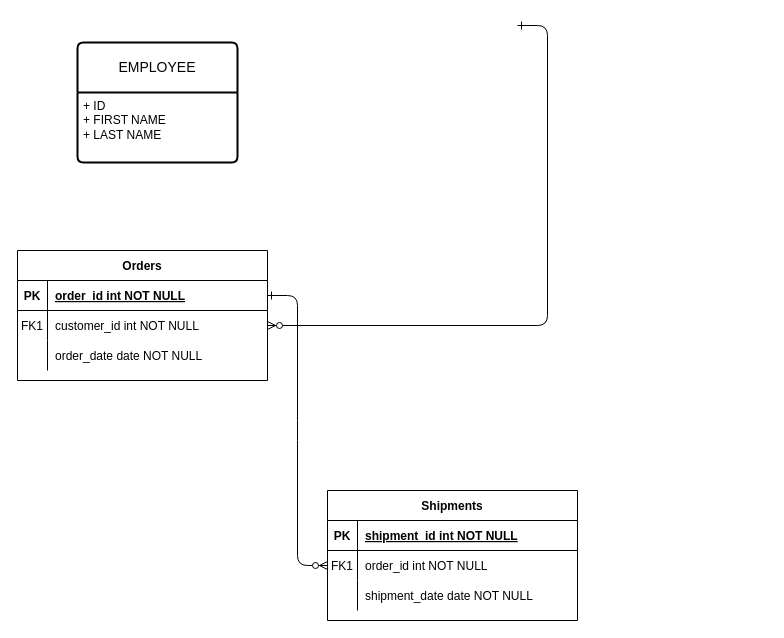
The draw.io diagram Walang Pamagat na Dayagram.drawio in zephyrstorm123/MO-IT107-Worksheet3-ERD, before the edit. Source tidied: cells renumbered, new cells numbered last; positions are measured from the earlier drawing's top-left corner, leaving out a move shared by most shapes. Both pictures are drawn from the tidied source at 100%, with x=0, y=0 at pixel (17, 25).
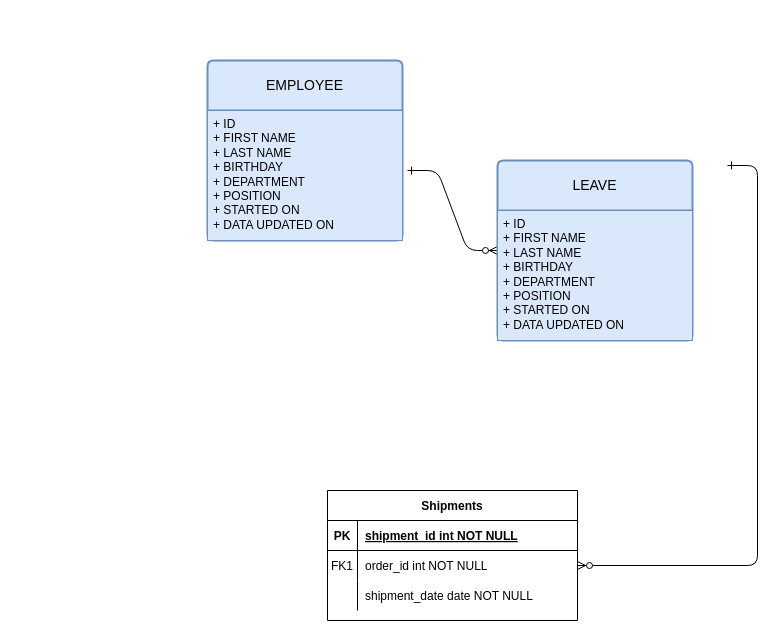
Above is the later version.

Unchanged cells that the change refers to:
```xml
<mxCell id="18" style="shape=partialRectangle;fillColor=none;points=[[0,0.5],[1,0.5]];portConstraint=eastwest;top=0;left=0;right=0;bottom=0;" parent="14" vertex="1">
  <mxGeometry y="60" width="250" height="30" as="geometry" />
</mxCell>
```

What changed in the source:
```diff
@@
-    <mxCell id="2" style="edgeStyle=entityRelationEdgeStyle;endArrow=ERzeroToMany;startArrow=ERone;endFill=1;startFill=0;" parent="1" edge="1" target="8">
+    <mxCell id="2" style="edgeStyle=entityRelationEdgeStyle;endArrow=ERzeroToMany;startArrow=ERone;endFill=1;startFill=0;entryX=0;entryY=0.5;entryDx=0;entryDy=0;" parent="1" edge="1" target="26">
       <mxGeometry relative="1" as="geometry">
-        <mxPoint x="500" as="sourcePoint" />
+        <mxPoint x="390" y="145" as="sourcePoint" />
       </mxGeometry>
     </mxCell>
-    <mxCell id="3" style="edgeStyle=entityRelationEdgeStyle;endArrow=ERzeroToMany;startArrow=ERone;endFill=1;startFill=0;" parent="1" edge="1" source="5" target="18">
-      <mxGeometry relative="1" as="geometry" />
+    <mxCell id="3" style="edgeStyle=entityRelationEdgeStyle;endArrow=ERzeroToMany;startArrow=ERone;endFill=1;startFill=0;" parent="1" edge="1" target="18">
+      <mxGeometry relative="1" as="geometry">
+        <mxPoint x="710" y="140" as="sourcePoint" />
+      </mxGeometry>
     </mxCell>
-    <mxCell id="4" value="Orders" style="shape=table;startSize=30;childLayout=tableLayout;rowLines=0;fontStyle=1;align=center;" parent="1" vertex="1">
-      <mxGeometry y="225" width="250" height="130" as="geometry" />
-    </mxCell>
-    <mxCell id="5" style="shape=partialRectangle;fillColor=none;points=[[0,0.5],[1,0.5]];portConstraint=eastwest;top=0;left=0;right=0;bottom=1;" parent="4" vertex="1">
-      <mxGeometry y="30" width="250" height="30" as="geometry" />
-    </mxCell>
-    <mxCell id="6" value="PK" style="shape=partialRectangle;overflow=hidden;fillColor=none;top=0;left=0;bottom=0;right=0;fontStyle=1;" parent="5" vertex="1">
-      <mxGeometry width="30" height="30" as="geometry" />
-    </mxCell>
-    <mxCell id="7" value="order_id int NOT NULL " style="shape=partialRectangle;overflow=hidden;fillColor=none;top=0;left=0;bottom=0;right=0;align=left;spacingLeft=6;fontStyle=5;" parent="5" vertex="1">
-      <mxGeometry x="30" width="220" height="30" as="geometry" />
-    </mxCell>
-    <mxCell id="8" style="shape=partialRectangle;fillColor=none;points=[[0,0.5],[1,0.5]];portConstraint=eastwest;top=0;left=0;right=0;bottom=0;" parent="4" vertex="1">
-      <mxGeometry y="60" width="250" height="30" as="geometry" />
-    </mxCell>
-    <mxCell id="9" value="FK1" style="shape=partialRectangle;overflow=hidden;fillColor=none;top=0;left=0;bottom=0;right=0;" parent="8" vertex="1">
-      <mxGeometry width="30" height="30" as="geometry" />
-    </mxCell>
-    <mxCell id="10" value="customer_id int NOT NULL" style="shape=partialRectangle;overflow=hidden;fillColor=none;top=0;left=0;bottom=0;right=0;align=left;spacingLeft=6;" parent="8" vertex="1">
-      <mxGeometry x="30" width="220" height="30" as="geometry" />
-    </mxCell>
-    <mxCell id="11" style="shape=partialRectangle;fillColor=none;top=0;left=0;right=0;bottom=0;" parent="4" vertex="1">
-      <mxGeometry y="90" width="250" height="30" as="geometry" />
-    </mxCell>
-    <mxCell id="12" style="shape=partialRectangle;overflow=hidden;fillColor=none;top=0;left=0;bottom=0;right=0;" parent="11" vertex="1">
-      <mxGeometry width="30" height="30" as="geometry" />
-    </mxCell>
-    <mxCell id="13" value="order_date date NOT NULL" style="shape=partialRectangle;overflow=hidden;fillColor=none;top=0;left=0;bottom=0;right=0;align=left;spacingLeft=6;" parent="11" vertex="1">
-      <mxGeometry x="30" width="220" height="30" as="geometry" />
-    </mxCell>
@@
-    <mxCell id="24" value="EMPLOYEE" style="swimlane;horizontal=1;startSize=50;rounded=1;fontSize=14;fontStyle=0;strokeWidth=2;shadow=0;dashed=0;align=center;arcSize=4;whiteSpace=wrap;html=1;" parent="1" vertex="1">
-      <mxGeometry x="60" y="17" width="160" height="120" as="geometry" />
+    <mxCell id="24" value="EMPLOYEE" style="swimlane;horizontal=1;startSize=50;rounded=1;fontSize=14;fontStyle=0;strokeWidth=2;shadow=0;dashed=0;align=center;arcSize=4;whiteSpace=wrap;html=1;fillColor=#dae8fc;strokeColor=#6c8ebf;" parent="1" vertex="1">
+      <mxGeometry x="190" y="35" width="195" height="180" as="geometry" />
     </mxCell>
-    <mxCell id="25" value="+ ID&lt;br&gt;+ FIRST NAME&lt;br&gt;+ LAST NAME" style="align=left;strokeColor=none;fillColor=none;spacingLeft=4;fontSize=12;verticalAlign=top;html=1;" parent="24" vertex="1">
-      <mxGeometry y="50" width="160" height="70" as="geometry" />
+    <mxCell id="25" value="+ ID&lt;br&gt;+ FIRST NAME&lt;br&gt;+ LAST NAME&lt;br&gt;+ BIRTHDAY&lt;br&gt;+ DEPARTMENT&lt;br&gt;+ POSITION&lt;br&gt;+ STARTED ON&lt;br&gt;+ DATA UPDATED ON" style="align=left;strokeColor=#6c8ebf;fillColor=#dae8fc;spacingLeft=4;fontSize=12;verticalAlign=top;html=1;" parent="24" vertex="1">
+      <mxGeometry y="50" width="195" height="130" as="geometry" />
     </mxCell>
+    <mxCell id="26" value="LEAVE" style="swimlane;horizontal=1;startSize=50;rounded=1;fontSize=14;fontStyle=0;strokeWidth=2;shadow=0;dashed=0;align=center;arcSize=4;whiteSpace=wrap;html=1;fillColor=#dae8fc;strokeColor=#6c8ebf;" parent="1" vertex="1">
+      <mxGeometry x="480" y="135" width="195" height="180" as="geometry" />
+    </mxCell>
+    <mxCell id="27" value="+ ID&lt;br&gt;+ FIRST NAME&lt;br&gt;+ LAST NAME&lt;br&gt;+ BIRTHDAY&lt;br&gt;+ DEPARTMENT&lt;br&gt;+ POSITION&lt;br&gt;+ STARTED ON&lt;br&gt;+ DATA UPDATED ON" style="align=left;strokeColor=#6c8ebf;fillColor=#dae8fc;spacingLeft=4;fontSize=12;verticalAlign=top;html=1;" parent="26" vertex="1">
+      <mxGeometry y="50" width="195" height="130" as="geometry" />
+    </mxCell>
```
